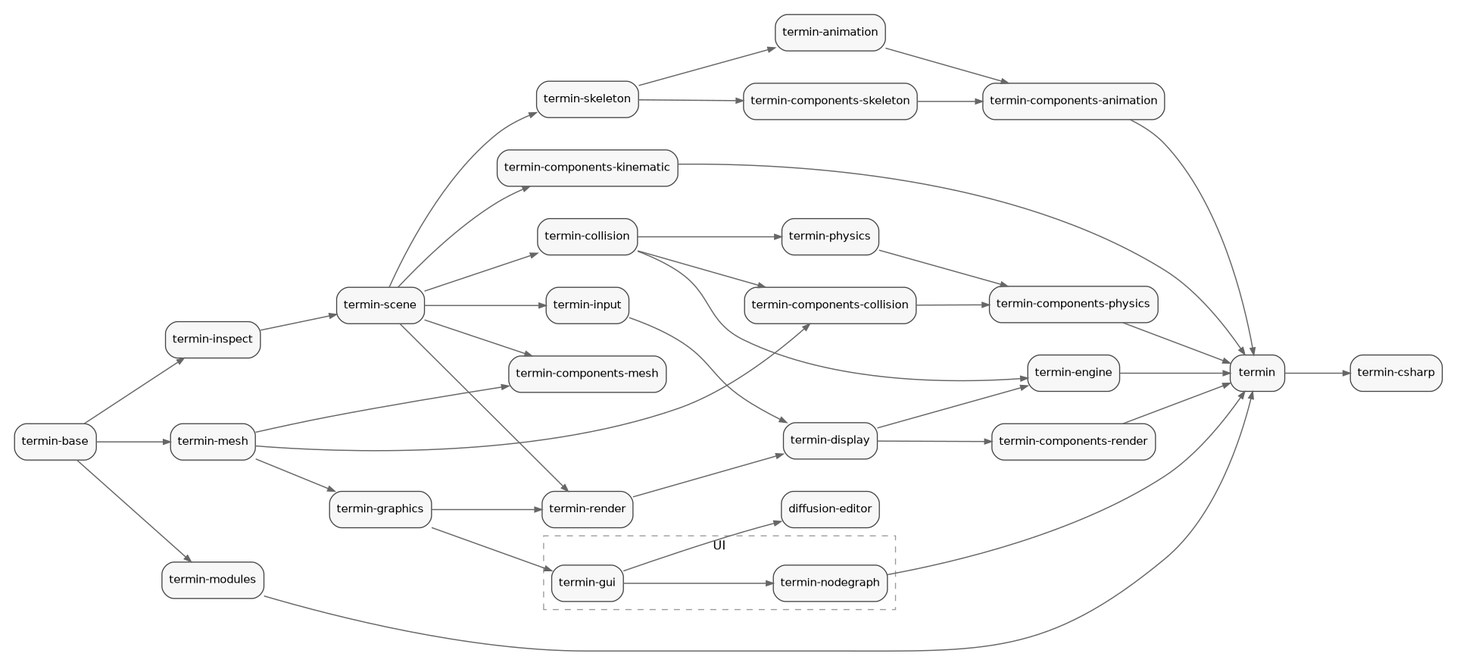
The Graphviz diagram docs/library-dependencies.png in mirmik/termin, before a commit. Its source is kept beside it as docs/library-dependencies.dot.
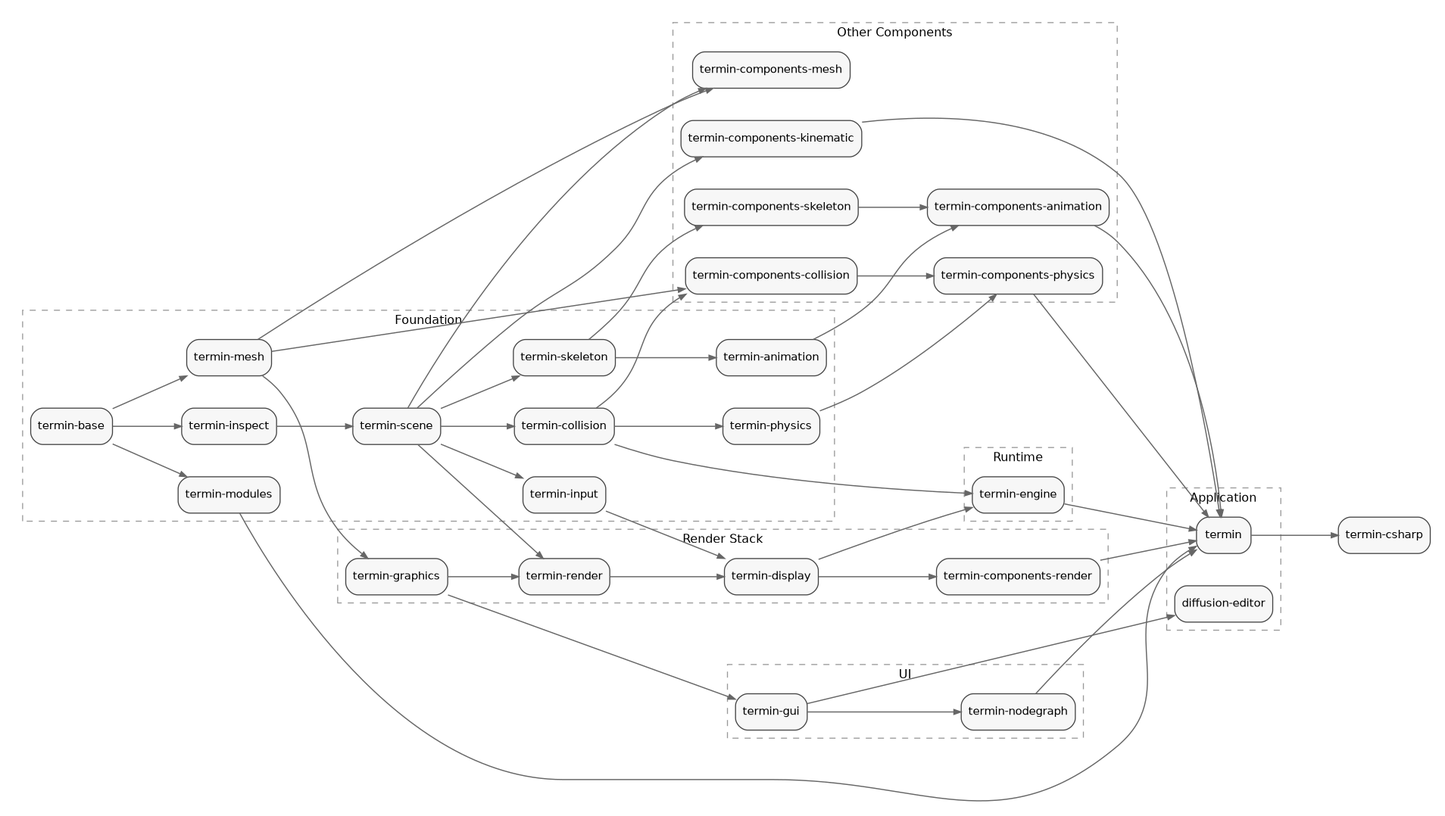
Later version of the same file.

Diff of the diagram source:
```diff
@@ -20,6 +20,69 @@
 		penwidth=1.1
 	];
 
+	subgraph cluster_application {
+		label="Application";
+		style=dashed;
+		color="#999999";
+		fontname="DejaVu Sans";
+		fontsize=12;
+		"diffusion-editor";
+		"termin";
+	}
+
+	subgraph cluster_foundation {
+		label="Foundation";
+		style=dashed;
+		color="#999999";
+		fontname="DejaVu Sans";
+		fontsize=12;
+		"termin-animation";
+		"termin-base";
+		"termin-collision";
+		"termin-input";
+		"termin-inspect";
+		"termin-mesh";
+		"termin-modules";
+		"termin-physics";
+		"termin-scene";
+		"termin-skeleton";
+	}
+
+	subgraph cluster_other_components {
+		label="Other Components";
+		style=dashed;
+		color="#999999";
+		fontname="DejaVu Sans";
+		fontsize=12;
+		"termin-components-animation";
+		"termin-components-collision";
+		"termin-components-kinematic";
+		"termin-components-mesh";
+		"termin-components-physics";
+		"termin-components-skeleton";
+	}
+
+	subgraph cluster_render_stack {
+		label="Render Stack";
+		style=dashed;
+		color="#999999";
+		fontname="DejaVu Sans";
+		fontsize=12;
+		"termin-components-render";
+		"termin-display";
+		"termin-graphics";
+		"termin-render";
+	}
+
+	subgraph cluster_runtime {
+		label="Runtime";
+		style=dashed;
+		color="#999999";
+		fontname="DejaVu Sans";
+		fontsize=12;
+		"termin-engine";
+	}
+
 	subgraph cluster_ui {
 		label="UI";
 		style=dashed;
@@ -30,30 +93,7 @@
 		"termin-nodegraph";
 	}
 
-	"diffusion-editor";
-	"termin";
-	"termin-animation";
-	"termin-base";
-	"termin-collision";
-	"termin-components-animation";
-	"termin-components-collision";
-	"termin-components-kinematic";
-	"termin-components-mesh";
-	"termin-components-physics";
-	"termin-components-render";
-	"termin-components-skeleton";
 	"termin-csharp";
-	"termin-display";
-	"termin-engine";
-	"termin-graphics";
-	"termin-input";
-	"termin-inspect";
-	"termin-mesh";
-	"termin-modules";
-	"termin-physics";
-	"termin-render";
-	"termin-scene";
-	"termin-skeleton";
 
 	"termin" -> "termin-csharp";
 	"termin-animation" -> "termin-components-animation";
```
